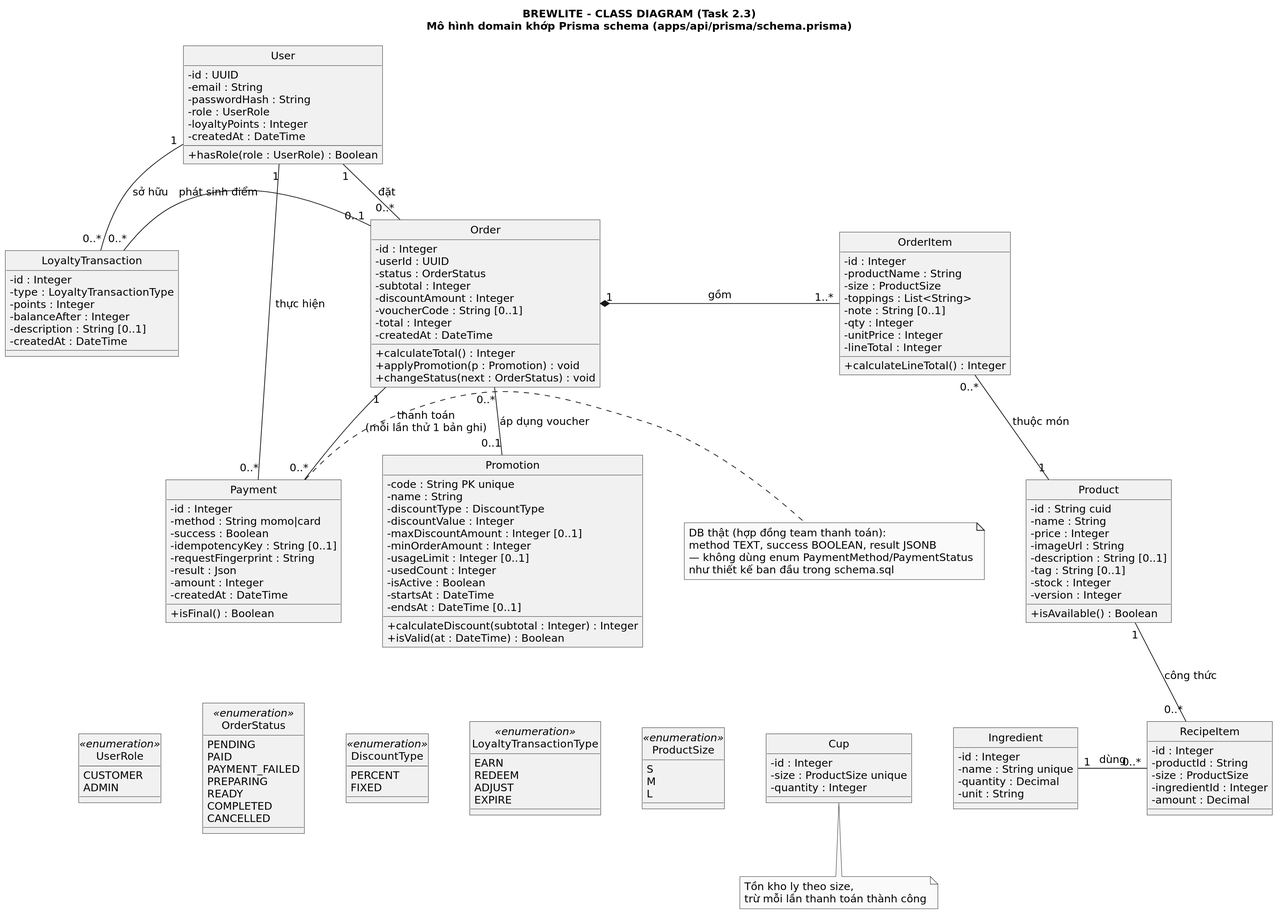
This is docs/diagrams/Task2_3_Class.svg from Bao3Q/PhucLong, a PlantUML export, as it was before one commit. Source of this version:
```plantuml
@startuml
skinparam backgroundColor white
skinparam monochrome true
skinparam shadowing false
skinparam roundCorner 0
skinparam defaultFontName DejaVu Sans
skinparam defaultFontSize 14
skinparam classAttributeIconSize 0
skinparam nodesep 55
skinparam ranksep 55
skinparam dpi 180
hide circle

title BREWLITE - CLASS DIAGRAM (Task 2.3)\nMô hình domain khớp Prisma schema (apps/api/prisma/schema.prisma)

class User {
  - id : UUID
  - email : String
  - passwordHash : String
  - role : UserRole
  - loyaltyPoints : Integer
  - createdAt : DateTime
  + hasRole(role : UserRole) : Boolean
}
class Order {
  - id : Integer
  - userId : UUID
  - status : OrderStatus
  - subtotal : Integer
  - discountAmount : Integer
  - voucherCode : String [0..1]
  - total : Integer
  - createdAt : DateTime
  + calculateTotal() : Integer
  + applyPromotion(p : Promotion) : void
  + changeStatus(next : OrderStatus) : void
}
class OrderItem {
  - id : Integer
  - productName : String
  - size : ProductSize
  - toppings : List<String>
  - note : String [0..1]
  - qty : Integer
  - unitPrice : Integer
  - lineTotal : Integer
  + calculateLineTotal() : Integer
}
class Product {
  - id : String cuid
  - name : String
  - price : Integer
  - imageUrl : String
  - description : String [0..1]
  - tag : String [0..1]
  - stock : Integer
  - version : Integer
  + isAvailable() : Boolean
}
class Payment {
  - id : Integer
  - method : String momo|card
  - success : Boolean
  - idempotencyKey : String [0..1]
  - requestFingerprint : String
  - result : Json
  - amount : Integer
  - createdAt : DateTime
  + isFinal() : Boolean
}
class Promotion {
  - code : String PK unique
  - name : String
  - discountType : DiscountType
  - discountValue : Integer
  - maxDiscountAmount : Integer [0..1]
  - minOrderAmount : Integer
  - usageLimit : Integer [0..1]
  - usedCount : Integer
  - isActive : Boolean
  - startsAt : DateTime
  - endsAt : DateTime [0..1]
  + calculateDiscount(subtotal : Integer) : Integer
  + isValid(at : DateTime) : Boolean
}
class LoyaltyTransaction {
  - id : Integer
  - type : LoyaltyTransactionType
  - points : Integer
  - balanceAfter : Integer
  - description : String [0..1]
  - createdAt : DateTime
}
class RecipeItem {
  - id : Integer
  - productId : String
  - size : ProductSize
  - ingredientId : Integer
  - amount : Decimal
}
class Ingredient {
  - id : Integer
  - name : String unique
  - quantity : Decimal
  - unit : String
}
class Cup {
  - id : Integer
  - size : ProductSize unique
  - quantity : Integer
}

User "1" -right- "0..*" Order : đặt
Order "1" *-right- "1..*" OrderItem : gồm
OrderItem "0..*" -down- "1" Product : thuộc món
User "1" -down- "0..*" Payment : thực hiện
Order "1" -down- "0..*" Payment : thanh toán\n(mỗi lần thử 1 bản ghi)
Order "0..*" -down- "0..1" Promotion : áp dụng voucher
User "1" -down- "0..*" LoyaltyTransaction : sở hữu
Order "0..1" -left- "0..*" LoyaltyTransaction : phát sinh điểm
Product "1" -down- "0..*" RecipeItem : công thức
Ingredient "1" -right- "0..*" RecipeItem : dùng

together {
  enum UserRole <<enumeration>> {
    CUSTOMER
    ADMIN
  }
  enum ProductSize <<enumeration>> {
    S
    M
    L
  }
  enum OrderStatus <<enumeration>> {
    PENDING
    PAID
    PAYMENT_FAILED
    PREPARING
    READY
    COMPLETED
    CANCELLED
  }
  enum DiscountType <<enumeration>> {
    PERCENT
    FIXED
  }
  enum LoyaltyTransactionType <<enumeration>> {
    EARN
    REDEEM
    ADJUST
    EXPIRE
  }
}

note right of Payment
  DB thật (hợp đồng team thanh toán):
  method TEXT, success BOOLEAN, result JSONB
  — không dùng enum PaymentMethod/PaymentStatus
  như thiết kế ban đầu trong schema.sql
end note
note bottom of Cup
  Tồn kho ly theo size,
  trừ mỗi lần thanh toán thành công
end note

Cup -[hidden]right- Ingredient
LoyaltyTransaction -[hidden]down- UserRole
Promotion -[hidden]down- DiscountType
Payment -[hidden]down- OrderStatus
Product -[hidden]down- ProductSize
UserRole -[hidden]right- ProductSize
ProductSize -[hidden]right- OrderStatus
OrderStatus -[hidden]right- DiscountType
DiscountType -[hidden]right- LoyaltyTransactionType
@enduml
```
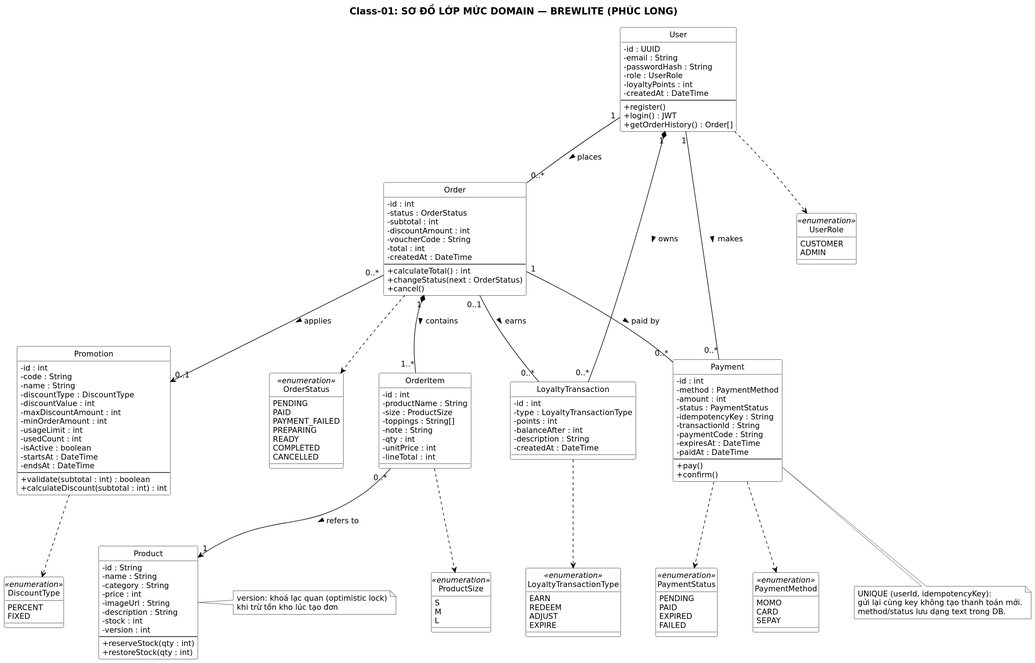
The same file after the commit.

The edit, as a diff of the source:
```diff
@@ -1,175 +1,177 @@
 @startuml
 skinparam backgroundColor white
-skinparam monochrome true
 skinparam shadowing false
-skinparam roundCorner 0
 skinparam defaultFontName DejaVu Sans
-skinparam defaultFontSize 14
+skinparam defaultFontSize 13
+skinparam dpi 140
+skinparam TitleFontSize 16
 skinparam classAttributeIconSize 0
-skinparam nodesep 55
-skinparam ranksep 55
-skinparam dpi 180
+skinparam ClassBackgroundColor white
+skinparam ClassBorderColor black
+skinparam ClassFontColor black
+skinparam ClassAttributeFontColor black
+skinparam ClassStereotypeFontColor black
+skinparam ArrowColor black
+skinparam ArrowFontColor black
+skinparam NoteBackgroundColor white
+skinparam NoteBorderColor black
+skinparam nodesep 60
+skinparam ranksep 70
 hide circle
-
-title BREWLITE - CLASS DIAGRAM (Task 2.3)\nMô hình domain khớp Prisma schema (apps/api/prisma/schema.prisma)
+title Class-01: SƠ ĐỒ LỚP MỨC DOMAIN — BREWLITE (PHÚC LONG)
 
 class User {
   - id : UUID
   - email : String
   - passwordHash : String
   - role : UserRole
-  - loyaltyPoints : Integer
+  - loyaltyPoints : int
   - createdAt : DateTime
-  + hasRole(role : UserRole) : Boolean
+  --
+  + register()
+  + login() : JWT
+  + getOrderHistory() : Order[]
+}
+class Product {
+  - id : String
+  - name : String
+  - category : String
+  - price : int
+  - imageUrl : String
+  - description : String
+  - stock : int
+  - version : int
+  --
+  + reserveStock(qty : int)
+  + restoreStock(qty : int)
 }
 class Order {
-  - id : Integer
-  - userId : UUID
+  - id : int
   - status : OrderStatus
-  - subtotal : Integer
-  - discountAmount : Integer
-  - voucherCode : String [0..1]
-  - total : Integer
+  - subtotal : int
+  - discountAmount : int
+  - voucherCode : String
+  - total : int
   - createdAt : DateTime
-  + calculateTotal() : Integer
-  + applyPromotion(p : Promotion) : void
-  + changeStatus(next : OrderStatus) : void
+  --
+  + calculateTotal() : int
+  + changeStatus(next : OrderStatus)
+  + cancel()
 }
 class OrderItem {
-  - id : Integer
+  - id : int
   - productName : String
   - size : ProductSize
-  - toppings : List<String>
-  - note : String [0..1]
-  - qty : Integer
-  - unitPrice : Integer
-  - lineTotal : Integer
-  + calculateLineTotal() : Integer
-}
-class Product {
-  - id : String cuid
-  - name : String
-  - price : Integer
-  - imageUrl : String
-  - description : String [0..1]
-  - tag : String [0..1]
-  - stock : Integer
-  - version : Integer
-  + isAvailable() : Boolean
+  - toppings : String[]
+  - note : String
+  - qty : int
+  - unitPrice : int
+  - lineTotal : int
 }
 class Payment {
-  - id : Integer
-  - method : String momo|card
-  - success : Boolean
-  - idempotencyKey : String [0..1]
-  - requestFingerprint : String
-  - result : Json
-  - amount : Integer
-  - createdAt : DateTime
-  + isFinal() : Boolean
+  - id : int
+  - method : PaymentMethod
+  - amount : int
+  - status : PaymentStatus
+  - idempotencyKey : String
+  - transactionId : String
+  - paymentCode : String
+  - expiresAt : DateTime
+  - paidAt : DateTime
+  --
+  + pay()
+  + confirm()
 }
 class Promotion {
-  - code : String PK unique
+  - id : int
+  - code : String
   - name : String
   - discountType : DiscountType
-  - discountValue : Integer
-  - maxDiscountAmount : Integer [0..1]
-  - minOrderAmount : Integer
-  - usageLimit : Integer [0..1]
-  - usedCount : Integer
-  - isActive : Boolean
+  - discountValue : int
+  - maxDiscountAmount : int
+  - minOrderAmount : int
+  - usageLimit : int
+  - usedCount : int
+  - isActive : boolean
   - startsAt : DateTime
-  - endsAt : DateTime [0..1]
-  + calculateDiscount(subtotal : Integer) : Integer
-  + isValid(at : DateTime) : Boolean
+  - endsAt : DateTime
+  --
+  + validate(subtotal : int) : boolean
+  + calculateDiscount(subtotal : int) : int
 }
 class LoyaltyTransaction {
-  - id : Integer
+  - id : int
   - type : LoyaltyTransactionType
-  - points : Integer
-  - balanceAfter : Integer
-  - description : String [0..1]
+  - points : int
+  - balanceAfter : int
+  - description : String
   - createdAt : DateTime
 }
-class RecipeItem {
-  - id : Integer
-  - productId : String
-  - size : ProductSize
-  - ingredientId : Integer
-  - amount : Decimal
+
+enum OrderStatus <<enumeration>> {
+  PENDING
+  PAID
+  PAYMENT_FAILED
+  PREPARING
+  READY
+  COMPLETED
+  CANCELLED
 }
-class Ingredient {
-  - id : Integer
-  - name : String unique
-  - quantity : Decimal
-  - unit : String
+enum PaymentStatus <<enumeration>> {
+  PENDING
+  PAID
+  EXPIRED
+  FAILED
 }
-class Cup {
-  - id : Integer
-  - size : ProductSize unique
-  - quantity : Integer
+enum PaymentMethod <<enumeration>> {
+  MOMO
+  CARD
+  SEPAY
+}
+enum UserRole <<enumeration>> {
+  CUSTOMER
+  ADMIN
+}
+enum ProductSize <<enumeration>> {
+  S
+  M
+  L
+}
+enum DiscountType <<enumeration>> {
+  PERCENT
+  FIXED
+}
+enum LoyaltyTransactionType <<enumeration>> {
+  EARN
+  REDEEM
+  ADJUST
+  EXPIRE
 }
 
-User "1" -right- "0..*" Order : đặt
-Order "1" *-right- "1..*" OrderItem : gồm
-OrderItem "0..*" -down- "1" Product : thuộc món
-User "1" -down- "0..*" Payment : thực hiện
-Order "1" -down- "0..*" Payment : thanh toán\n(mỗi lần thử 1 bản ghi)
-Order "0..*" -down- "0..1" Promotion : áp dụng voucher
-User "1" -down- "0..*" LoyaltyTransaction : sở hữu
-Order "0..1" -left- "0..*" LoyaltyTransaction : phát sinh điểm
-Product "1" -down- "0..*" RecipeItem : công thức
-Ingredient "1" -right- "0..*" RecipeItem : dùng
+User "1" -- "0..*" Order : places >
+Order "1" *-- "1..*" OrderItem : contains >
+OrderItem "0..*" --> "1" Product : refers to >
+Order "1" -- "0..*" Payment : paid by >
+User "1" -- "0..*" Payment : makes >
+Order "0..*" --> "0..1" Promotion : applies >
+User "1" *-- "0..*" LoyaltyTransaction : owns >
+Order "0..1" -- "0..*" LoyaltyTransaction : earns >
 
-together {
-  enum UserRole <<enumeration>> {
-    CUSTOMER
-    ADMIN
-  }
-  enum ProductSize <<enumeration>> {
-    S
-    M
-    L
-  }
-  enum OrderStatus <<enumeration>> {
-    PENDING
-    PAID
-    PAYMENT_FAILED
-    PREPARING
-    READY
-    COMPLETED
-    CANCELLED
-  }
-  enum DiscountType <<enumeration>> {
-    PERCENT
-    FIXED
-  }
-  enum LoyaltyTransactionType <<enumeration>> {
-    EARN
-    REDEEM
-    ADJUST
-    EXPIRE
-  }
-}
+User ..> UserRole
+Order ..> OrderStatus
+OrderItem ..> ProductSize
+Payment ..> PaymentStatus
+Payment ..> PaymentMethod
+Promotion ..> DiscountType
+LoyaltyTransaction ..> LoyaltyTransactionType
 
-note right of Payment
-  DB thật (hợp đồng team thanh toán):
-  method TEXT, success BOOLEAN, result JSONB
-  — không dùng enum PaymentMethod/PaymentStatus
-  như thiết kế ban đầu trong schema.sql
+note bottom of Payment
+  UNIQUE (userId, idempotencyKey):
+  gửi lại cùng key không tạo thanh toán mới.
+  method/status lưu dạng text trong DB.
 end note
-note bottom of Cup
-  Tồn kho ly theo size,
-  trừ mỗi lần thanh toán thành công
+note right of Product
+  version: khoá lạc quan (optimistic lock)
+  khi trừ tồn kho lúc tạo đơn
 end note
-
-Cup -[hidden]right- Ingredient
-LoyaltyTransaction -[hidden]down- UserRole
-Promotion -[hidden]down- DiscountType
-Payment -[hidden]down- OrderStatus
-Product -[hidden]down- ProductSize
-UserRole -[hidden]right- ProductSize
-ProductSize -[hidden]right- OrderStatus
-OrderStatus -[hidden]right- DiscountType
-DiscountType -[hidden]right- LoyaltyTransactionType
 @enduml
```
